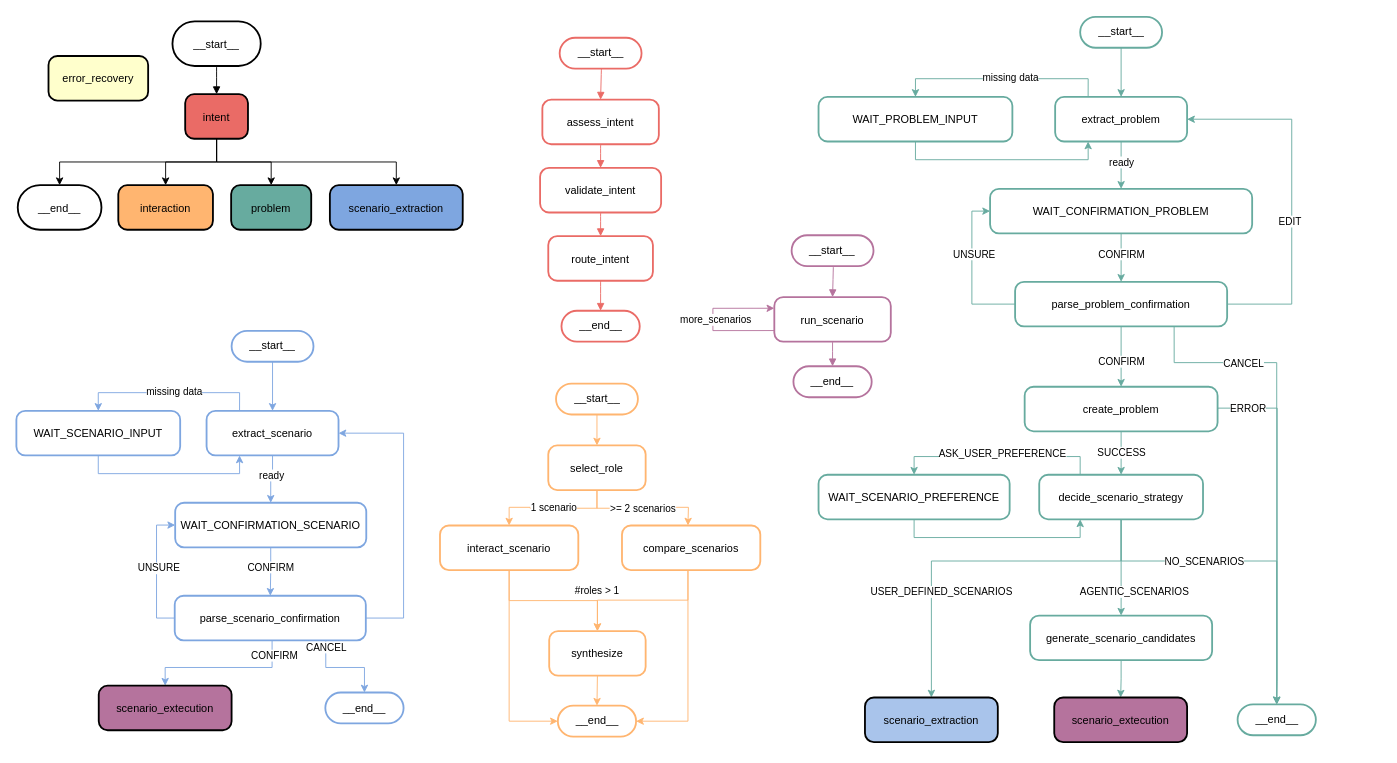
Earlier version of the draw.io diagram diagram.drawio (tn-aixpa/overtourism-ai-assistant). Source tidied: cells renumbered, new cells numbered last; positions are measured from the earlier drawing's top-left corner, leaving out a move shared by most shapes. Both pictures are drawn from the tidied source at 91%, with x=0, y=0 at pixel (15, 16).
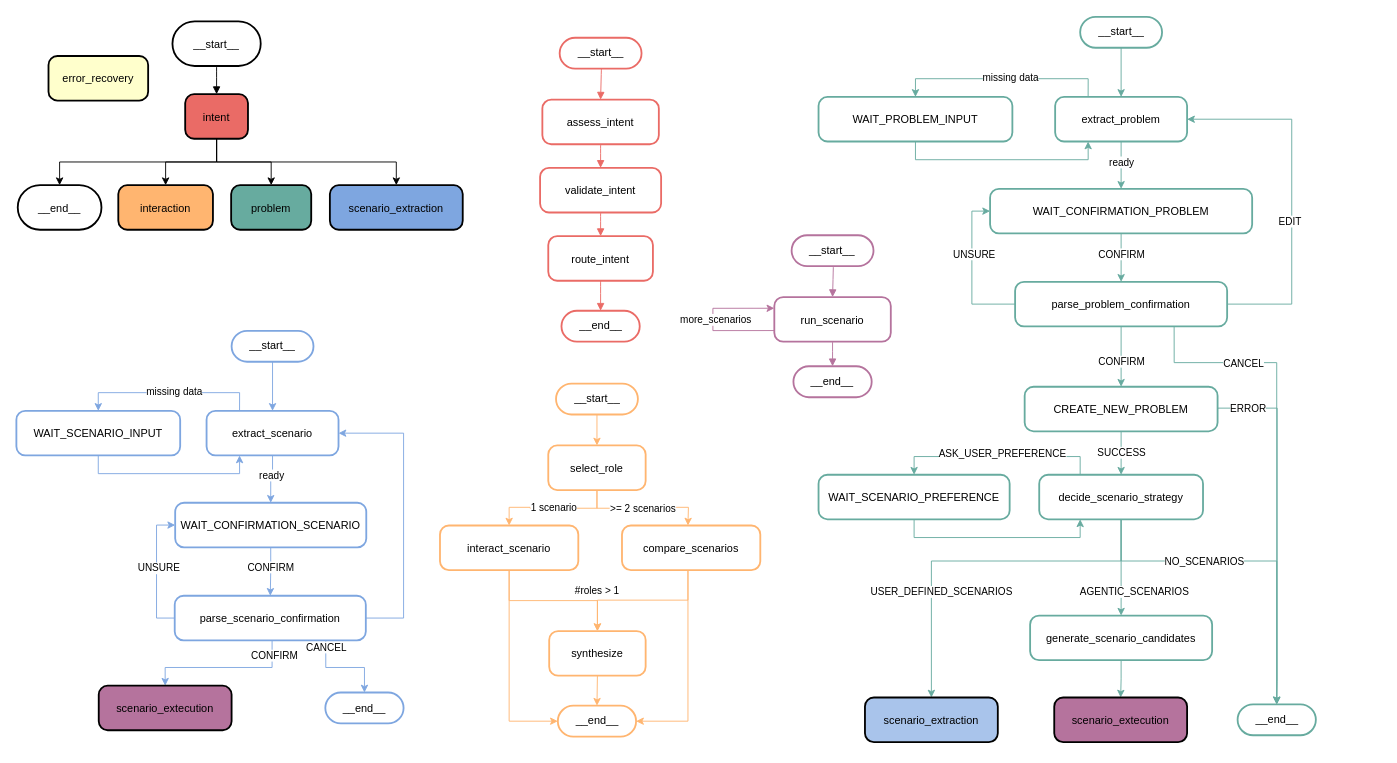
Above is the later version.

The change refers to these unchanged cells:
```xml
<mxCell id="23" style="group;" parent="1" vertex="1">
  <mxGeometry x="882" width="618.5" height="804" as="geometry" />
</mxCell>
```

What changed in the source:
```diff
@@
-    <mxCell id="56" value="create_problem" style="rounded=1;arcSize=20;strokeWidth=2;strokeColor=light-dark(#67AB9F,#67AB9F);fillColor=#FFFFFF;" parent="23" vertex="1">
+    <mxCell id="56" value="CREATE_NEW_PROBLEM" style="rounded=1;arcSize=20;strokeWidth=2;strokeColor=light-dark(#67AB9F,#67AB9F);fillColor=#FFFFFF;" parent="23" vertex="1">
       <mxGeometry x="226.5" y="406.5" width="212" height="49" as="geometry" />
     </mxCell>
```
